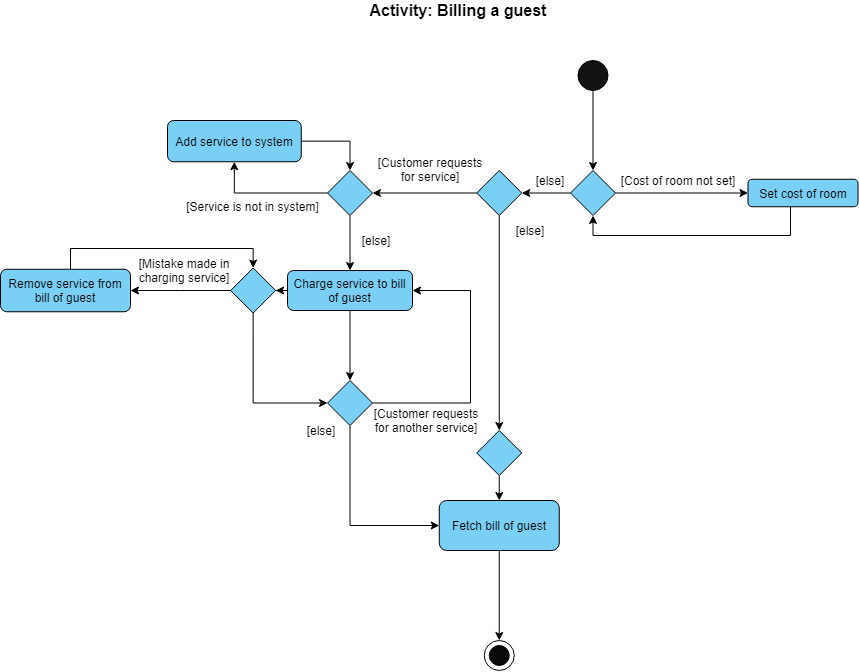
Above: images/BillingActivityDiagram.png in AY1920S2-CS2103T-W13-2/main (draw.io), before the change. Source tidied: cells renumbered, new cells last; positions are measured from the earlier drawing's top-left corner, leaving out a move shared by most shapes.
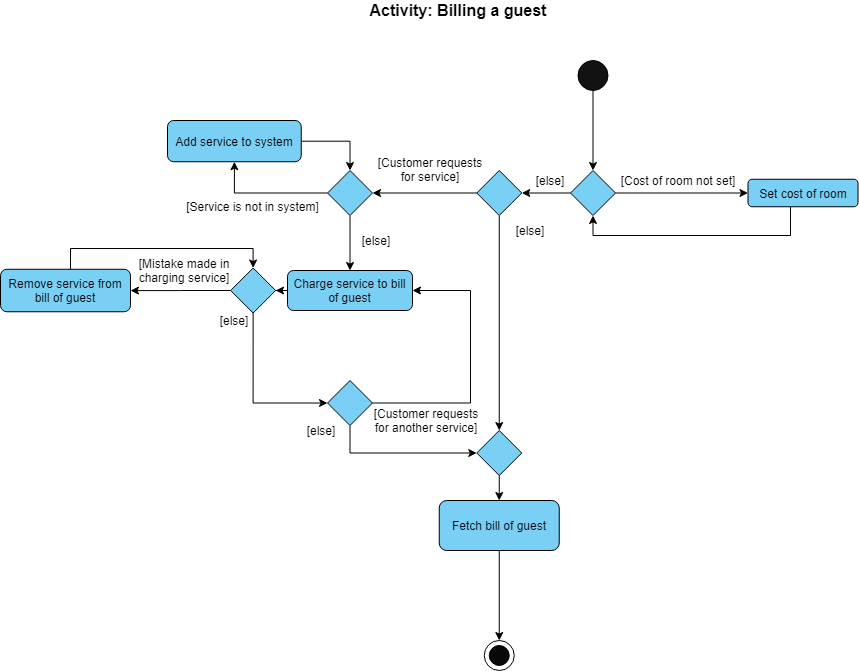
The same file after the commit.

What changed in the source:
```diff
@@ -82,9 +82,6 @@
     <mxCell id="26" style="edgeStyle=orthogonalEdgeStyle;rounded=0;jettySize=auto;html=1;entryX=1;entryY=0.5;entryDx=0;entryDy=0;" parent="1" edge="1" source="28" target="32">
       <mxGeometry relative="1" as="geometry" />
     </mxCell>
-    <mxCell id="27" style="edgeStyle=orthogonalEdgeStyle;rounded=0;jettySize=auto;html=1;exitX=0.5;exitY=0;exitDx=0;exitDy=0;" parent="1" edge="1" source="28" target="43">
-      <mxGeometry relative="1" as="geometry" />
-    </mxCell>
     <mxCell id="28" value="Charge service to bill of guest" style="rounded=1;whiteSpace=wrap;html=1;fillColor=#7acff5;direction=west;" parent="1" vertex="1">
       <mxGeometry x="287" y="270" width="125" height="40" as="geometry" />
     </mxCell>
@@ -137,18 +134,21 @@
         </Array>
       </mxGeometry>
     </mxCell>
-    <mxCell id="42" style="edgeStyle=orthogonalEdgeStyle;rounded=0;jettySize=auto;html=1;entryX=0;entryY=0.5;entryDx=0;entryDy=0;" parent="1" edge="1" source="43" target="19">
-      <mxGeometry relative="1" as="geometry">
-        <Array as="points">
-          <mxPoint x="350" y="525" />
-        </Array>
-      </mxGeometry>
-    </mxCell>
+    <mxCell id="45" style="edgeStyle=orthogonalEdgeStyle;rounded=0;jettySize=auto;html=1;entryX=0;entryY=0.5;entryDx=0;entryDy=0;" parent="1" edge="1" source="43" target="40">
+      <mxGeometry relative="1" as="geometry">
+        <Array as="points">
+          <mxPoint x="350" y="453" />
+        </Array>
+      </mxGeometry>
+    </mxCell>
     <mxCell id="43" style="rhombus;whiteSpace=wrap;html=1;fillColor=#7acff5;" parent="1" vertex="1">
       <mxGeometry x="327" y="380" width="45" height="45" as="geometry" />
     </mxCell>
     <mxCell id="44" value="&lt;font style=&quot;font-size: 16px&quot;&gt;Activity: Billing a guest&lt;/font&gt;" style="text;html=1;strokeColor=none;fillColor=none;align=center;verticalAlign=middle;whiteSpace=wrap;rounded=0;fontStyle=1;" parent="1" vertex="1">
       <mxGeometry x="355.8" width="203.8" height="20" as="geometry" />
     </mxCell>
+    <mxCell id="46" value="[else]" style="text;html=1;strokeColor=none;fillColor=none;align=center;verticalAlign=middle;whiteSpace=wrap;rounded=0;" parent="1" vertex="1">
+      <mxGeometry x="213.9" y="310" width="40" height="20" as="geometry" />
+    </mxCell>
   </root>
 </mxGraphModel>
```
